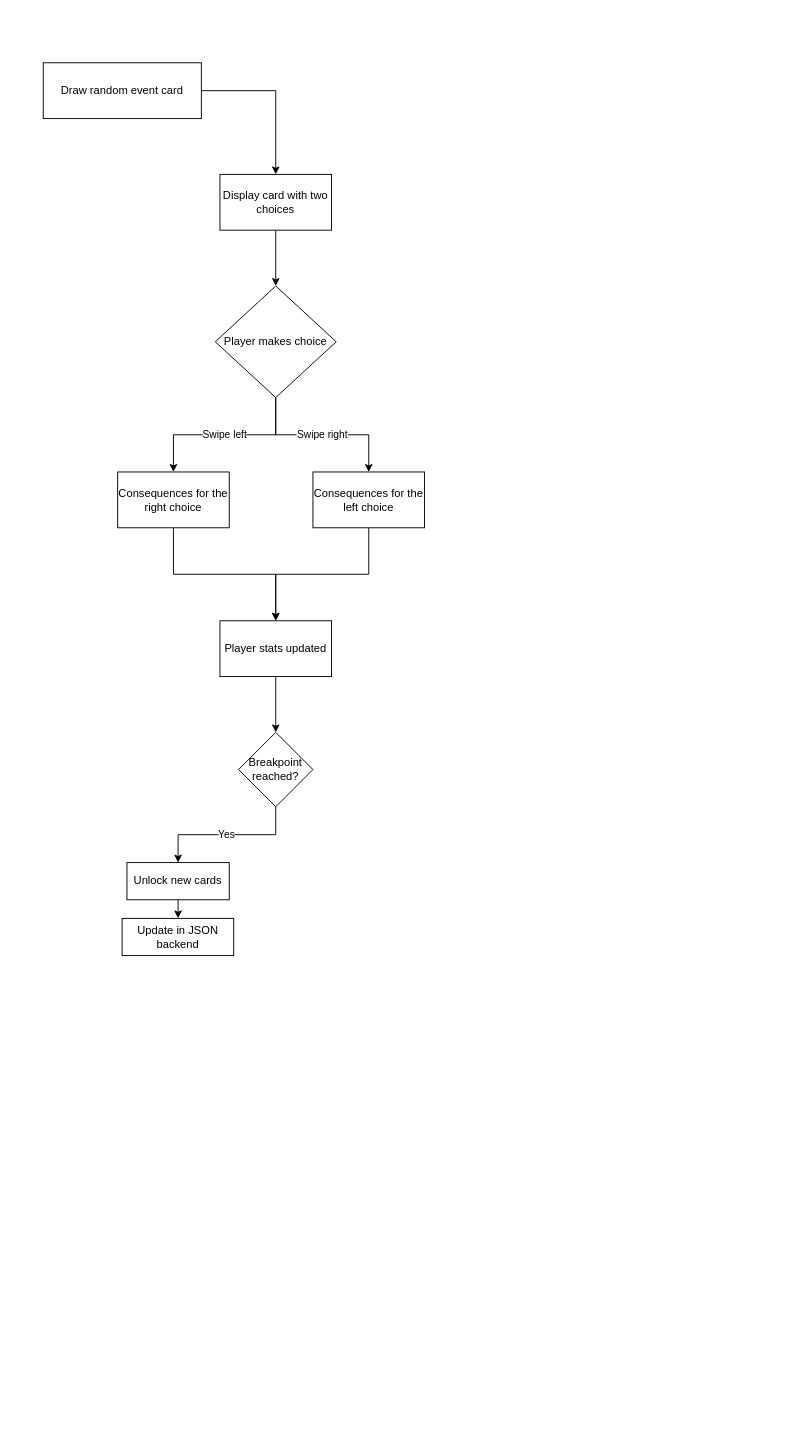
Above: Untitled Diagram.drawio in marwandr/ActivityDiagramSoftwareDesign (draw.io), before the change. Source tidied: cells renumbered, new cells numbered last; positions are measured from the earlier drawing's top-left corner, leaving out a move shared by most shapes. Both pictures are drawn from the tidied source at 93%, with x=0, y=0 at pixel (43, 62).
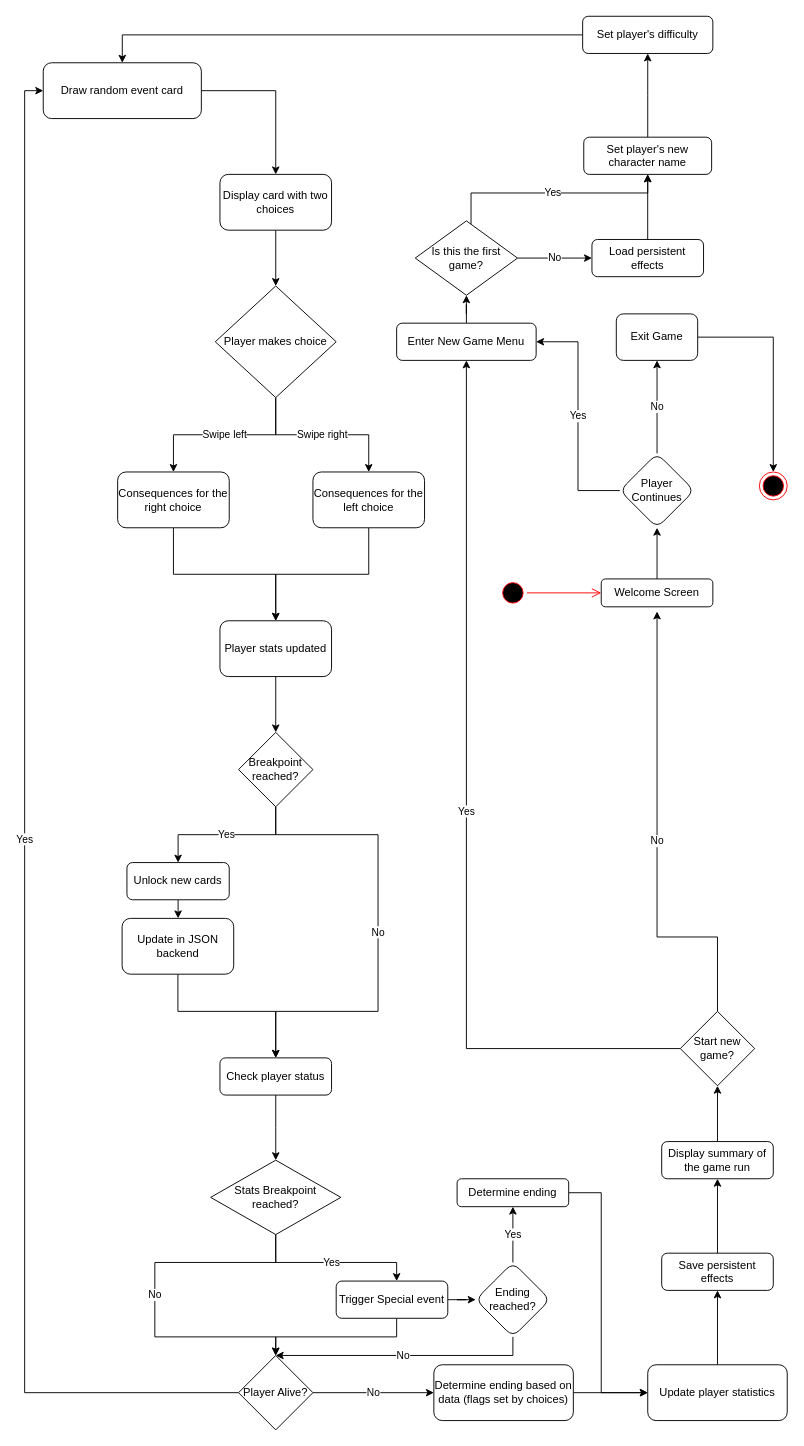
The same diagram, later.

Unchanged cells that the change refers to:
```xml
<mxCell id="16" value="Breakpoint reached?" style="rhombus;whiteSpace=wrap;html=1;" parent="1" vertex="1">
  <mxGeometry x="210" y="720" width="80" height="80" as="geometry" />
</mxCell>
```

Diff of the diagram source:
```diff
@@
-    <mxCell id="3" value="Draw random event card" style="rounded=0;whiteSpace=wrap;html=1;" parent="1" vertex="1">
+    <mxCell id="3" value="Draw random event card" style="rounded=1;whiteSpace=wrap;html=1;" parent="1" vertex="1">
       <mxGeometry width="170" height="60" as="geometry" />
     </mxCell>
@@
-    <mxCell id="5" value="Display card with two choices" style="rounded=0;whiteSpace=wrap;html=1;" parent="1" vertex="1">
+    <mxCell id="5" value="Display card with two choices" style="rounded=1;whiteSpace=wrap;html=1;" parent="1" vertex="1">
       <mxGeometry x="190" y="120" width="120" height="60" as="geometry" />
     </mxCell>
@@
-    <mxCell id="10" value="Consequences for the right choice" style="whiteSpace=wrap;html=1;" parent="1" vertex="1">
+    <mxCell id="10" value="Consequences for the right choice" style="whiteSpace=wrap;html=1;rounded=1;" parent="1" vertex="1">
       <mxGeometry x="80" y="440" width="120" height="60" as="geometry" />
     </mxCell>
@@
-    <mxCell id="12" value="Consequences for the left choice" style="whiteSpace=wrap;html=1;" parent="1" vertex="1">
+    <mxCell id="12" value="Consequences for the left choice" style="whiteSpace=wrap;html=1;rounded=1;" parent="1" vertex="1">
       <mxGeometry x="290" y="440" width="120" height="60" as="geometry" />
     </mxCell>
@@
-    <mxCell id="14" value="Player stats updated" style="whiteSpace=wrap;html=1;" parent="1" vertex="1">
+    <mxCell id="14" value="Player stats updated" style="whiteSpace=wrap;html=1;rounded=1;" parent="1" vertex="1">
       <mxGeometry x="190" y="600" width="120" height="60" as="geometry" />
     </mxCell>
@@
+    <mxCell id="20" value="No" style="edgeStyle=orthogonalEdgeStyle;rounded=0;jettySize=auto;html=1;entryX=0.5;entryY=0;entryDx=0;entryDy=0;" parent="1" edge="1" source="16" target="23">
+      <mxGeometry relative="1" as="geometry">
+        <Array as="points">
+          <mxPoint x="250" y="830" />
+          <mxPoint x="360" y="830" />
+          <mxPoint x="360" y="1020" />
+          <mxPoint x="250" y="1020" />
+        </Array>
+      </mxGeometry>
+    </mxCell>
@@
-    <mxCell id="18" value="Unlock new cards" style="rounded=0;whiteSpace=wrap;html=1;" parent="1" vertex="1">
+    <mxCell id="18" value="Unlock new cards" style="rounded=1;whiteSpace=wrap;html=1;" parent="1" vertex="1">
       <mxGeometry x="90" y="860" width="110" height="40" as="geometry" />
     </mxCell>
+    <mxCell id="21" style="edgeStyle=orthogonalEdgeStyle;rounded=0;jettySize=auto;html=1;" parent="1" edge="1" source="19" target="23">
+      <mxGeometry relative="1" as="geometry">
+        <Array as="points">
+          <mxPoint x="145" y="1020" />
+          <mxPoint x="250" y="1020" />
+        </Array>
+      </mxGeometry>
+    </mxCell>
-    <mxCell id="19" value="Update in JSON backend" style="rounded=0;whiteSpace=wrap;html=1;" parent="1" vertex="1">
-      <mxGeometry x="84.8" y="920" width="120" height="40" as="geometry" />
+    <mxCell id="19" value="Update in JSON backend" style="rounded=1;whiteSpace=wrap;html=1;" parent="1" vertex="1">
+      <mxGeometry x="84.8" y="920" width="120" height="60" as="geometry" />
     </mxCell>
+    <mxCell id="22" style="edgeStyle=orthogonalEdgeStyle;rounded=0;jettySize=auto;html=1;" parent="1" edge="1" source="23">
+      <mxGeometry relative="1" as="geometry">
+        <mxPoint x="250" y="1180" as="targetPoint" />
+      </mxGeometry>
+    </mxCell>
+    <mxCell id="23" value="Check player status" style="whiteSpace=wrap;html=1;rounded=1;" parent="1" vertex="1">
+      <mxGeometry x="190" y="1070" width="120" height="40" as="geometry" />
+    </mxCell>
+    <mxCell id="24" value="Yes" style="edgeStyle=orthogonalEdgeStyle;rounded=0;jettySize=auto;html=1;" parent="1" edge="1" source="26" target="29">
+      <mxGeometry relative="1" as="geometry">
+        <Array as="points">
+          <mxPoint x="250" y="1290" />
+          <mxPoint x="380" y="1290" />
+        </Array>
+      </mxGeometry>
+    </mxCell>
+    <mxCell id="25" value="No" style="edgeStyle=orthogonalEdgeStyle;rounded=0;jettySize=auto;html=1;exitX=0.5;exitY=1;exitDx=0;exitDy=0;entryX=0.5;entryY=0;entryDx=0;entryDy=0;" parent="1" edge="1" source="26" target="32">
+      <mxGeometry relative="1" as="geometry">
+        <Array as="points">
+          <mxPoint x="250" y="1290" />
+          <mxPoint x="120" y="1290" />
+          <mxPoint x="120" y="1370" />
+          <mxPoint x="250" y="1370" />
+        </Array>
+      </mxGeometry>
+    </mxCell>
+    <mxCell id="26" value="Stats Breakpoint reached?" style="rhombus;whiteSpace=wrap;html=1;" parent="1" vertex="1">
+      <mxGeometry x="180" y="1180" width="140" height="80" as="geometry" />
+    </mxCell>
+    <mxCell id="27" style="edgeStyle=orthogonalEdgeStyle;rounded=0;jettySize=auto;html=1;" parent="1" edge="1" source="29" target="32">
+      <mxGeometry relative="1" as="geometry">
+        <Array as="points">
+          <mxPoint x="380" y="1370" />
+          <mxPoint x="250" y="1370" />
+        </Array>
+      </mxGeometry>
+    </mxCell>
+    <mxCell id="28" style="edgeStyle=orthogonalEdgeStyle;rounded=0;jettySize=auto;html=1;" parent="1" edge="1" source="29" target="67">
+      <mxGeometry relative="1" as="geometry" />
+    </mxCell>
+    <mxCell id="29" value="Trigger Special event" style="rounded=1;whiteSpace=wrap;html=1;" parent="1" vertex="1">
+      <mxGeometry x="315" y="1310" width="120" height="40" as="geometry" />
+    </mxCell>
+    <mxCell id="30" value="Yes" style="edgeStyle=orthogonalEdgeStyle;rounded=0;jettySize=auto;html=1;entryX=0;entryY=0.5;entryDx=0;entryDy=0;" parent="1" edge="1" source="32" target="3">
+      <mxGeometry relative="1" as="geometry" />
+    </mxCell>
+    <mxCell id="31" value="No" style="edgeStyle=orthogonalEdgeStyle;rounded=0;jettySize=auto;html=1;exitX=1;exitY=0.5;exitDx=0;exitDy=0;" parent="1" edge="1" source="32" target="34">
+      <mxGeometry relative="1" as="geometry" />
+    </mxCell>
+    <mxCell id="32" value="Player Alive?" style="rhombus;whiteSpace=wrap;html=1;rounded=0;" parent="1" vertex="1">
+      <mxGeometry x="210" y="1390" width="80" height="80" as="geometry" />
+    </mxCell>
+    <mxCell id="33" style="edgeStyle=orthogonalEdgeStyle;rounded=0;jettySize=auto;html=1;" parent="1" edge="1" source="34" target="36">
+      <mxGeometry relative="1" as="geometry" />
+    </mxCell>
+    <mxCell id="34" value="Determine ending based on data (flags set by choices)" style="rounded=1;whiteSpace=wrap;html=1;" parent="1" vertex="1">
+      <mxGeometry x="420" y="1400" width="150" height="60" as="geometry" />
+    </mxCell>
+    <mxCell id="35" style="edgeStyle=orthogonalEdgeStyle;rounded=0;jettySize=auto;html=1;" parent="1" edge="1" source="36" target="38">
+      <mxGeometry relative="1" as="geometry" />
+    </mxCell>
+    <mxCell id="36" value="Update player statistics" style="rounded=1;whiteSpace=wrap;html=1;" parent="1" vertex="1">
+      <mxGeometry x="650" y="1400" width="150" height="60" as="geometry" />
+    </mxCell>
+    <mxCell id="37" style="edgeStyle=orthogonalEdgeStyle;rounded=0;jettySize=auto;html=1;" parent="1" edge="1" source="38" target="40">
+      <mxGeometry relative="1" as="geometry" />
+    </mxCell>
+    <mxCell id="38" value="Save persistent effects" style="whiteSpace=wrap;html=1;rounded=1;" parent="1" vertex="1">
+      <mxGeometry x="665" y="1280" width="120" height="40" as="geometry" />
+    </mxCell>
+    <mxCell id="39" style="edgeStyle=orthogonalEdgeStyle;rounded=0;jettySize=auto;html=1;" parent="1" edge="1" source="40" target="43">
+      <mxGeometry relative="1" as="geometry" />
+    </mxCell>
+    <mxCell id="40" value="Display summary of the game run" style="whiteSpace=wrap;html=1;rounded=1;" parent="1" vertex="1">
+      <mxGeometry x="665" y="1160" width="120" height="40" as="geometry" />
+    </mxCell>
+    <mxCell id="41" value="No" style="edgeStyle=orthogonalEdgeStyle;rounded=0;jettySize=auto;html=1;" parent="1" edge="1" source="43">
+      <mxGeometry relative="1" as="geometry">
+        <mxPoint x="660" y="590" as="targetPoint" />
+        <Array as="points">
+          <mxPoint x="725" y="940" />
+          <mxPoint x="660" y="940" />
+        </Array>
+      </mxGeometry>
+    </mxCell>
+    <mxCell id="42" value="Yes" style="edgeStyle=orthogonalEdgeStyle;rounded=0;jettySize=auto;html=1;exitX=0;exitY=0.5;exitDx=0;exitDy=0;entryX=0.5;entryY=1;entryDx=0;entryDy=0;" parent="1" edge="1" source="43" target="46">
+      <mxGeometry relative="1" as="geometry" />
+    </mxCell>
+    <mxCell id="43" value="Start new game?" style="rhombus;whiteSpace=wrap;html=1;rounded=0;" parent="1" vertex="1">
+      <mxGeometry x="685" y="1020" width="80" height="80" as="geometry" />
+    </mxCell>
+    <mxCell id="44" style="ellipse;html=1;shape=endState;fillColor=#000000;strokeColor=#ff0000;" parent="1" vertex="1">
+      <mxGeometry x="770" y="440" width="30" height="30" as="geometry" />
+    </mxCell>
+    <mxCell id="45" style="edgeStyle=orthogonalEdgeStyle;rounded=0;jettySize=auto;html=1;" parent="1" edge="1" source="46" target="58">
+      <mxGeometry relative="1" as="geometry" />
+    </mxCell>
+    <mxCell id="46" value="Enter New Game Menu" style="rounded=1;whiteSpace=wrap;html=1;" parent="1" vertex="1">
+      <mxGeometry x="380" y="280" width="150" height="40" as="geometry" />
+    </mxCell>
+    <mxCell id="47" style="ellipse;html=1;shape=startState;fillColor=#000000;strokeColor=#ff0000;" parent="1" vertex="1">
+      <mxGeometry x="490" y="555" width="30" height="30" as="geometry" />
+    </mxCell>
+    <mxCell id="48" style="edgeStyle=orthogonalEdgeStyle;html=1;verticalAlign=bottom;endArrow=open;endSize=8;strokeColor=#ff0000;rounded=0;entryX=0;entryY=0.5;entryDx=0;entryDy=0;" parent="1" edge="1" source="47" target="50">
+      <mxGeometry relative="1" as="geometry" />
+    </mxCell>
+    <mxCell id="49" style="edgeStyle=orthogonalEdgeStyle;rounded=0;jettySize=auto;html=1;" parent="1" edge="1" source="50" target="53">
+      <mxGeometry relative="1" as="geometry" />
+    </mxCell>
+    <mxCell id="50" value="Welcome Screen" style="rounded=1;whiteSpace=wrap;html=1;" parent="1" vertex="1">
+      <mxGeometry x="600" y="555" width="120" height="30" as="geometry" />
+    </mxCell>
+    <mxCell id="51" value="No" style="edgeStyle=orthogonalEdgeStyle;rounded=0;jettySize=auto;html=1;" parent="1" edge="1" source="53" target="55">
+      <mxGeometry relative="1" as="geometry" />
+    </mxCell>
+    <mxCell id="52" value="Yes" style="edgeStyle=orthogonalEdgeStyle;rounded=0;jettySize=auto;html=1;entryX=1;entryY=0.5;entryDx=0;entryDy=0;" parent="1" edge="1" source="53" target="46">
+      <mxGeometry relative="1" as="geometry" />
+    </mxCell>
+    <mxCell id="53" value="Player Continues" style="rhombus;whiteSpace=wrap;html=1;rounded=1;" parent="1" vertex="1">
+      <mxGeometry x="620" y="420" width="80" height="80" as="geometry" />
+    </mxCell>
+    <mxCell id="54" style="edgeStyle=orthogonalEdgeStyle;rounded=0;jettySize=auto;html=1;entryX=0.5;entryY=0;entryDx=0;entryDy=0;" parent="1" edge="1" source="55" target="44">
+      <mxGeometry relative="1" as="geometry">
+        <Array as="points">
+          <mxPoint x="785" y="295" />
+        </Array>
+      </mxGeometry>
+    </mxCell>
+    <mxCell id="55" value="Exit Game" style="whiteSpace=wrap;html=1;rounded=1;" parent="1" vertex="1">
+      <mxGeometry x="616.2" y="270" width="87.5" height="50" as="geometry" />
+    </mxCell>
+    <mxCell id="56" value="No" style="edgeStyle=orthogonalEdgeStyle;rounded=0;jettySize=auto;html=1;" parent="1" edge="1" source="58" target="60">
+      <mxGeometry relative="1" as="geometry" />
+    </mxCell>
+    <mxCell id="57" value="Yes" style="edgeStyle=orthogonalEdgeStyle;rounded=0;jettySize=auto;html=1;" parent="1" edge="1" source="58" target="62">
+      <mxGeometry relative="1" as="geometry">
+        <Array as="points">
+          <mxPoint x="460" y="140" />
+          <mxPoint x="650" y="140" />
+        </Array>
+      </mxGeometry>
+    </mxCell>
+    <mxCell id="58" value="Is this the first game?" style="rhombus;whiteSpace=wrap;html=1;" parent="1" vertex="1">
+      <mxGeometry x="400" y="170" width="110" height="80" as="geometry" />
+    </mxCell>
+    <mxCell id="59" style="edgeStyle=orthogonalEdgeStyle;rounded=0;jettySize=auto;html=1;entryX=0.5;entryY=1;entryDx=0;entryDy=0;" parent="1" edge="1" source="60" target="62">
+      <mxGeometry relative="1" as="geometry" />
+    </mxCell>
+    <mxCell id="60" value="Load persistent effects" style="whiteSpace=wrap;html=1;rounded=1;" parent="1" vertex="1">
+      <mxGeometry x="590" y="190" width="120" height="40" as="geometry" />
+    </mxCell>
+    <mxCell id="61" style="edgeStyle=orthogonalEdgeStyle;rounded=0;jettySize=auto;html=1;" parent="1" edge="1" source="62" target="64">
+      <mxGeometry relative="1" as="geometry" />
+    </mxCell>
+    <mxCell id="62" value="Set player's new character name" style="whiteSpace=wrap;html=1;rounded=1;" parent="1" vertex="1">
+      <mxGeometry x="581.2" y="80" width="137.5" height="40" as="geometry" />
+    </mxCell>
+    <mxCell id="63" style="edgeStyle=orthogonalEdgeStyle;rounded=0;jettySize=auto;html=1;exitX=0;exitY=0.5;exitDx=0;exitDy=0;entryX=0.5;entryY=0;entryDx=0;entryDy=0;" parent="1" edge="1" source="64" target="3">
+      <mxGeometry relative="1" as="geometry">
+        <Array as="points">
+          <mxPoint x="85" y="-30" />
+        </Array>
+      </mxGeometry>
+    </mxCell>
+    <mxCell id="64" value="Set player's difficulty" style="whiteSpace=wrap;html=1;rounded=1;" parent="1" vertex="1">
+      <mxGeometry x="580" y="-50" width="140" height="40" as="geometry" />
+    </mxCell>
+    <mxCell id="65" value="No" style="edgeStyle=orthogonalEdgeStyle;rounded=0;jettySize=auto;html=1;exitX=0.5;exitY=1;exitDx=0;exitDy=0;entryX=0.5;entryY=0;entryDx=0;entryDy=0;" parent="1" edge="1" source="67" target="32">
+      <mxGeometry relative="1" as="geometry">
+        <Array as="points">
+          <mxPoint x="505" y="1390" />
+        </Array>
+      </mxGeometry>
+    </mxCell>
+    <mxCell id="66" value="Yes" style="edgeStyle=orthogonalEdgeStyle;rounded=0;jettySize=auto;html=1;" parent="1" edge="1" source="67" target="69">
+      <mxGeometry relative="1" as="geometry" />
+    </mxCell>
+    <mxCell id="67" value="Ending reached?" style="rhombus;whiteSpace=wrap;html=1;rounded=1;" parent="1" vertex="1">
+      <mxGeometry x="465" y="1290" width="80" height="80" as="geometry" />
+    </mxCell>
+    <mxCell id="68" style="edgeStyle=orthogonalEdgeStyle;rounded=0;jettySize=auto;html=1;entryX=0;entryY=0.5;entryDx=0;entryDy=0;" parent="1" edge="1" source="69" target="36">
+      <mxGeometry relative="1" as="geometry">
+        <Array as="points">
+          <mxPoint x="600" y="1215" />
+          <mxPoint x="600" y="1430" />
+        </Array>
+      </mxGeometry>
+    </mxCell>
+    <mxCell id="69" value="Determine ending" style="whiteSpace=wrap;html=1;rounded=1;" parent="1" vertex="1">
+      <mxGeometry x="445" y="1200" width="120" height="30" as="geometry" />
+    </mxCell>
```
